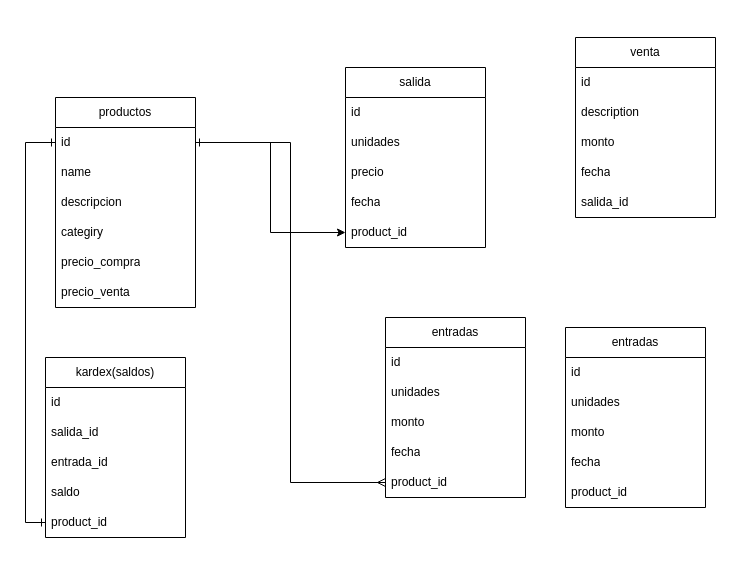
The draw.io diagram sistema_inventarios.drawio in MasterJhonny/diagramas, before the edit. Source tidied: cells renumbered, new cells numbered last; positions are measured from the earlier drawing's top-left corner, leaving out a move shared by most shapes. Both pictures are drawn from the tidied source at 100%, with x=0, y=0 at pixel (45, 37).
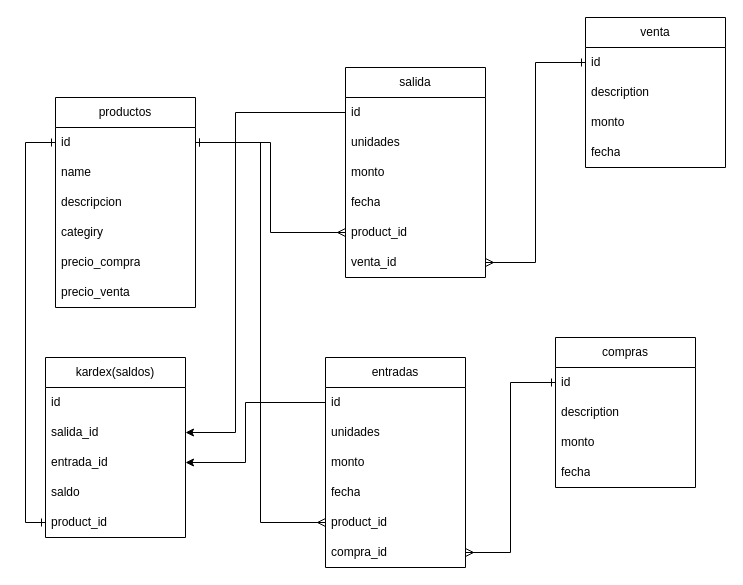
Above is the later version.

Unchanged cells that the change refers to:
```xml
<mxCell id="3" value="id" style="text;strokeColor=none;fillColor=none;align=left;verticalAlign=middle;spacingLeft=4;spacingRight=4;overflow=hidden;points=[[0,0.5],[1,0.5]];portConstraint=eastwest;whiteSpace=wrap;html=1;" parent="2" vertex="1">
  <mxGeometry y="30" width="140" height="30" as="geometry" />
</mxCell>
<mxCell id="10" value="id" style="text;strokeColor=none;fillColor=none;align=left;verticalAlign=middle;spacingLeft=4;spacingRight=4;overflow=hidden;points=[[0,0.5],[1,0.5]];portConstraint=eastwest;whiteSpace=wrap;html=1;" parent="9" vertex="1">
  <mxGeometry y="30" width="140" height="30" as="geometry" />
</mxCell>
<mxCell id="16" value="id" style="text;strokeColor=none;fillColor=none;align=left;verticalAlign=middle;spacingLeft=4;spacingRight=4;overflow=hidden;points=[[0,0.5],[1,0.5]];portConstraint=eastwest;whiteSpace=wrap;html=1;" parent="15" vertex="1">
  <mxGeometry y="30" width="140" height="30" as="geometry" />
</mxCell>
<mxCell id="24" value="salida_id" style="text;strokeColor=none;fillColor=none;align=left;verticalAlign=middle;spacingLeft=4;spacingRight=4;overflow=hidden;points=[[0,0.5],[1,0.5]];portConstraint=eastwest;whiteSpace=wrap;html=1;" parent="22" vertex="1">
  <mxGeometry y="60" width="140" height="30" as="geometry" />
</mxCell>
<mxCell id="25" value="entrada_id" style="text;strokeColor=none;fillColor=none;align=left;verticalAlign=middle;spacingLeft=4;spacingRight=4;overflow=hidden;points=[[0,0.5],[1,0.5]];portConstraint=eastwest;whiteSpace=wrap;html=1;" parent="22" vertex="1">
  <mxGeometry y="90" width="140" height="30" as="geometry" />
</mxCell>
<mxCell id="30" value="id" style="text;strokeColor=none;fillColor=none;align=left;verticalAlign=middle;spacingLeft=4;spacingRight=4;overflow=hidden;points=[[0,0.5],[1,0.5]];portConstraint=eastwest;whiteSpace=wrap;html=1;" parent="29" vertex="1">
  <mxGeometry y="30" width="140" height="30" as="geometry" />
</mxCell>
<mxCell id="34" value="product_id" style="text;strokeColor=none;fillColor=none;align=left;verticalAlign=middle;spacingLeft=4;spacingRight=4;overflow=hidden;points=[[0,0.5],[1,0.5]];portConstraint=eastwest;whiteSpace=wrap;html=1;" parent="29" vertex="1">
  <mxGeometry y="150" width="140" height="30" as="geometry" />
</mxCell>
<mxCell id="36" value="id" style="text;strokeColor=none;fillColor=none;align=left;verticalAlign=middle;spacingLeft=4;spacingRight=4;overflow=hidden;points=[[0,0.5],[1,0.5]];portConstraint=eastwest;whiteSpace=wrap;html=1;" parent="35" vertex="1">
  <mxGeometry y="30" width="140" height="30" as="geometry" />
</mxCell>
```

What changed in the source:
```diff
@@
     <mxCell id="9" value="venta" style="swimlane;fontStyle=0;horizontal=1;startSize=30;whiteSpace=wrap;html=1;" parent="1" vertex="1">
-      <mxGeometry x="530" width="140" height="180" as="geometry" />
+      <mxGeometry x="540" y="-20" width="140" height="150" as="geometry" />
     </mxCell>
@@
-    <mxCell id="14" value="salida_id" style="text;strokeColor=none;fillColor=none;align=left;verticalAlign=middle;spacingLeft=4;spacingRight=4;overflow=hidden;whiteSpace=wrap;html=1;" parent="9" vertex="1">
-      <mxGeometry y="150" width="140" height="30" as="geometry" />
-    </mxCell>
     <mxCell id="15" value="entradas" style="swimlane;fontStyle=0;horizontal=1;startSize=30;whiteSpace=wrap;html=1;" parent="1" vertex="1">
-      <mxGeometry x="340" y="280" width="140" height="180" as="geometry" />
+      <mxGeometry x="280" y="320" width="140" height="210" as="geometry" />
     </mxCell>
@@
+    <mxCell id="42" value="compra_id" style="text;strokeColor=none;fillColor=none;align=left;verticalAlign=middle;spacingLeft=4;spacingRight=4;overflow=hidden;points=[[0,0.5],[1,0.5]];portConstraint=eastwest;whiteSpace=wrap;html=1;" parent="15" vertex="1">
+      <mxGeometry y="180" width="140" height="30" as="geometry" />
+    </mxCell>
@@
     <mxCell id="29" value="salida" style="swimlane;fontStyle=0;horizontal=1;startSize=30;whiteSpace=wrap;html=1;" parent="1" vertex="1">
-      <mxGeometry x="300" y="30" width="140" height="180" as="geometry" />
+      <mxGeometry x="300" y="30" width="140" height="210" as="geometry" />
     </mxCell>
@@
-    <mxCell id="32" value="precio" style="text;strokeColor=none;fillColor=none;align=left;verticalAlign=middle;spacingLeft=4;spacingRight=4;overflow=hidden;whiteSpace=wrap;html=1;" parent="29" vertex="1">
+    <mxCell id="32" value="monto" style="text;strokeColor=none;fillColor=none;align=left;verticalAlign=middle;spacingLeft=4;spacingRight=4;overflow=hidden;whiteSpace=wrap;html=1;" parent="29" vertex="1">
       <mxGeometry y="90" width="140" height="30" as="geometry" />
     </mxCell>
@@
+    <mxCell id="43" value="venta_id" style="text;strokeColor=none;fillColor=none;align=left;verticalAlign=middle;spacingLeft=4;spacingRight=4;overflow=hidden;points=[[0,0.5],[1,0.5]];portConstraint=eastwest;whiteSpace=wrap;html=1;" parent="29" vertex="1">
+      <mxGeometry y="180" width="140" height="30" as="geometry" />
+    </mxCell>
-    <mxCell id="35" value="entradas" style="swimlane;fontStyle=0;horizontal=1;startSize=30;whiteSpace=wrap;html=1;" parent="1" vertex="1">
-      <mxGeometry x="520" y="290" width="140" height="180" as="geometry" />
+    <mxCell id="35" value="compras" style="swimlane;fontStyle=0;horizontal=1;startSize=30;whiteSpace=wrap;html=1;" parent="1" vertex="1">
+      <mxGeometry x="510" y="300" width="140" height="150" as="geometry" />
     </mxCell>
@@
-    <mxCell id="37" value="unidades" style="text;strokeColor=none;fillColor=none;align=left;verticalAlign=middle;spacingLeft=4;spacingRight=4;overflow=hidden;whiteSpace=wrap;html=1;" parent="35" vertex="1">
+    <mxCell id="37" value="description" style="text;strokeColor=none;fillColor=none;align=left;verticalAlign=middle;spacingLeft=4;spacingRight=4;overflow=hidden;whiteSpace=wrap;html=1;" parent="35" vertex="1">
       <mxGeometry y="60" width="140" height="30" as="geometry" />
     </mxCell>
@@
-    <mxCell id="40" value="product_id" style="text;strokeColor=none;fillColor=none;align=left;verticalAlign=middle;spacingLeft=4;spacingRight=4;overflow=hidden;whiteSpace=wrap;html=1;" parent="35" vertex="1">
-      <mxGeometry y="150" width="140" height="30" as="geometry" />
-    </mxCell>
-    <mxCell id="41" style="edgeStyle=orthogonalEdgeStyle;rounded=0;jettySize=auto;html=1;entryX=0;entryY=0.5;entryDx=0;entryDy=0;" parent="1" edge="1" source="3" target="34">
+    <mxCell id="41" style="edgeStyle=orthogonalEdgeStyle;rounded=0;jettySize=auto;html=1;entryX=0;entryY=0.5;entryDx=0;entryDy=0;startArrow=ERone;startFill=0;endArrow=ERmany;endFill=0;" parent="1" edge="1" source="3" target="34">
       <mxGeometry relative="1" as="geometry" />
     </mxCell>
+    <mxCell id="44" style="edgeStyle=orthogonalEdgeStyle;rounded=0;jettySize=auto;html=1;entryX=1;entryY=0.5;entryDx=0;entryDy=0;startArrow=ERone;startFill=0;endArrow=ERmany;endFill=0;" parent="1" edge="1" source="10" target="43">
+      <mxGeometry relative="1" as="geometry" />
+    </mxCell>
+    <mxCell id="45" style="edgeStyle=orthogonalEdgeStyle;rounded=0;jettySize=auto;html=1;entryX=1;entryY=0.5;entryDx=0;entryDy=0;startArrow=ERone;startFill=0;endArrow=ERmany;endFill=0;" parent="1" edge="1" source="36" target="42">
+      <mxGeometry relative="1" as="geometry" />
+    </mxCell>
+    <mxCell id="46" style="edgeStyle=orthogonalEdgeStyle;rounded=0;jettySize=auto;html=1;entryX=1;entryY=0.5;entryDx=0;entryDy=0;" parent="1" edge="1" source="30" target="24">
+      <mxGeometry relative="1" as="geometry">
+        <Array as="points">
+          <mxPoint x="190" y="75" />
+          <mxPoint x="190" y="395" />
+        </Array>
+      </mxGeometry>
+    </mxCell>
+    <mxCell id="47" style="edgeStyle=orthogonalEdgeStyle;rounded=0;jettySize=auto;html=1;entryX=1;entryY=0.5;entryDx=0;entryDy=0;" parent="1" edge="1" source="16" target="25">
+      <mxGeometry relative="1" as="geometry">
+        <Array as="points">
+          <mxPoint x="200" y="365" />
+          <mxPoint x="200" y="425" />
+        </Array>
+      </mxGeometry>
+    </mxCell>
```
